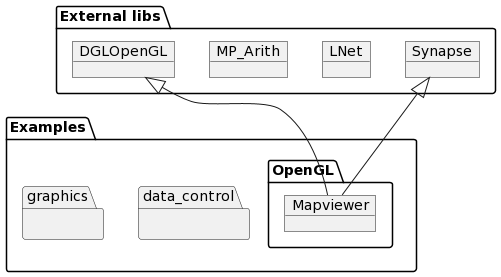
The PlantUML diagram Overview.png in PascalCorpsman/Examples, before a commit.
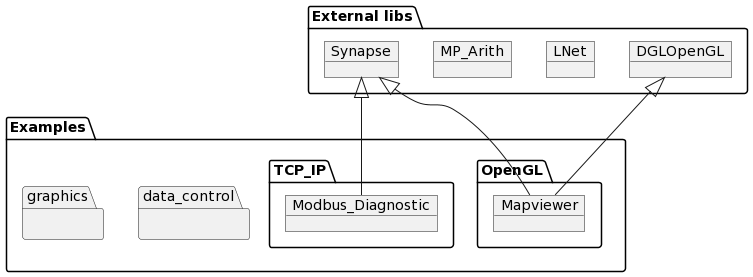
After the change.

Change to the diagram source:
```diff
@@ -9,6 +9,9 @@
   }
   package "graphics" {
   }
+  package "TCP_IP" {
+   object Modbus_Diagnostic
+  }
 }
 
 package "External libs" {
@@ -18,5 +21,6 @@
 object DGLOpenGL
 Synapse <|-- Mapviewer
 DGLOpenGL <|-- Mapviewer
+Synapse <|-- Modbus_Diagnostic
 }
 @enduml
```
